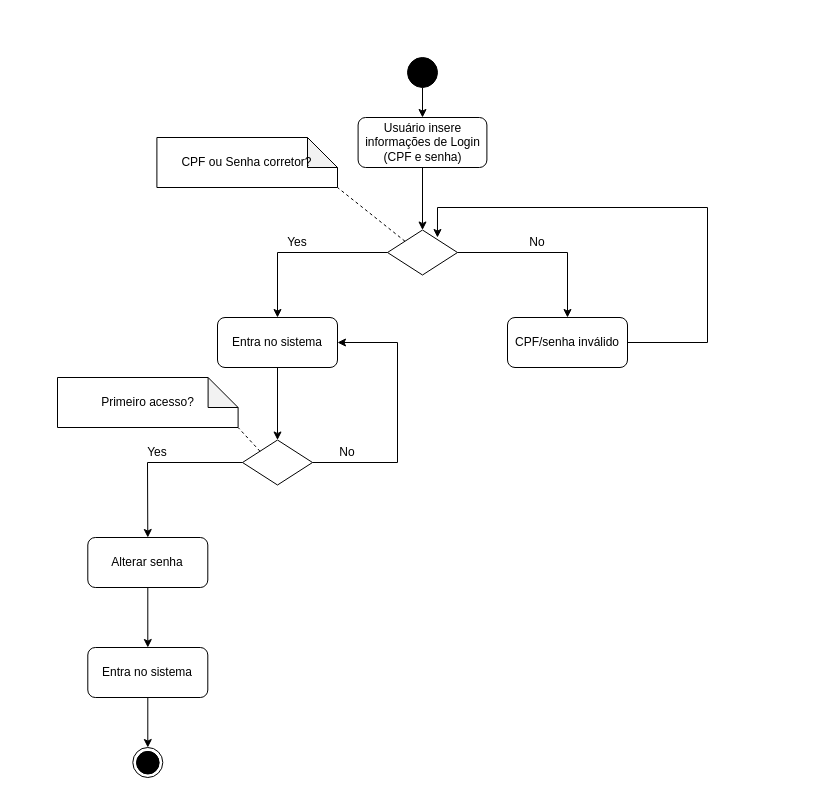
Before: Diagrama sem nome.drawio in LizReis/An-lise-de-Sistemas, a draw.io diagram. Source tidied: cells renumbered, new cells numbered last; positions are measured from the earlier drawing's top-left corner, leaving out a move shared by most shapes. Both pictures are drawn from the tidied source at 100%, with x=0, y=0 at pixel (57, 57).
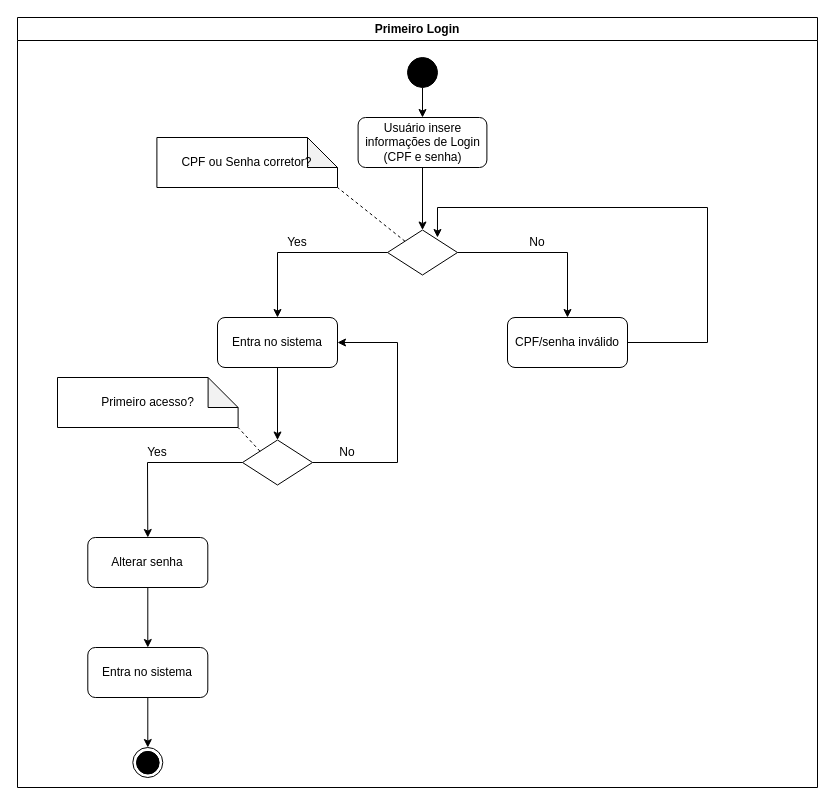
The same page after the edit.

Diff of the diagram source:
```diff
@@
+    <mxCell id="30" value="Primeiro Login" style="swimlane;whiteSpace=wrap;html=1;" parent="1" vertex="1">
+      <mxGeometry x="-40" y="-40" width="800" height="770" as="geometry" />
+    </mxCell>
```
